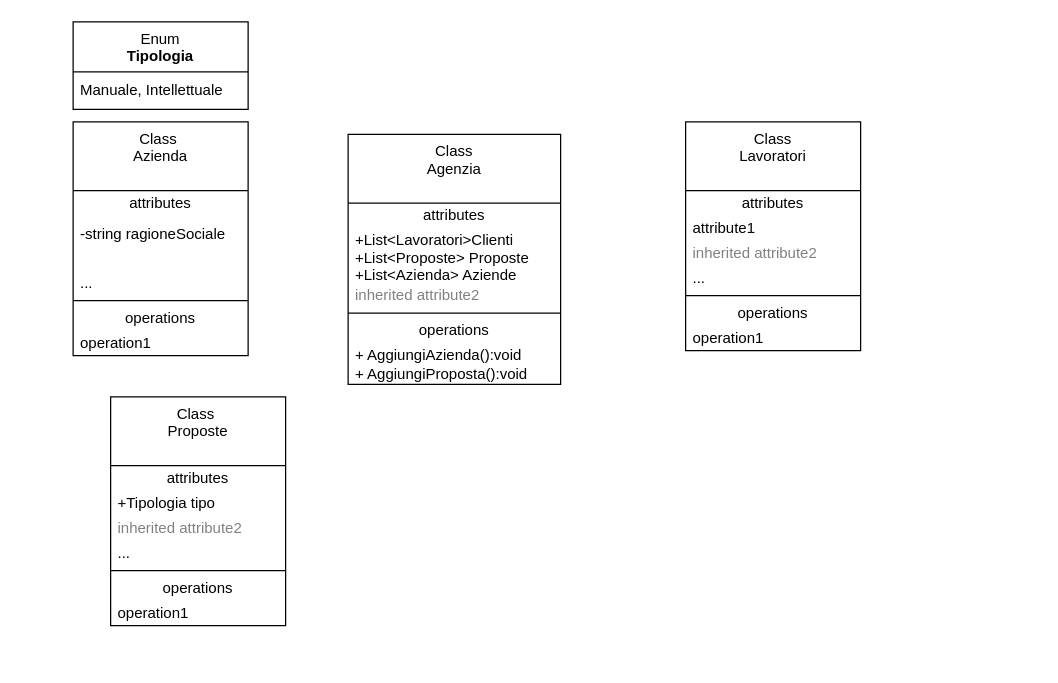
The draw.io diagram es10p33.drawio in markBatti/TPSIT-serio, before the edit. Source tidied: cells renumbered, new cells numbered last; positions are measured from the earlier drawing's top-left corner, leaving out a move shared by most shapes. Both pictures are drawn from the tidied source at 125%, with x=0, y=0 at pixel (72, 21).
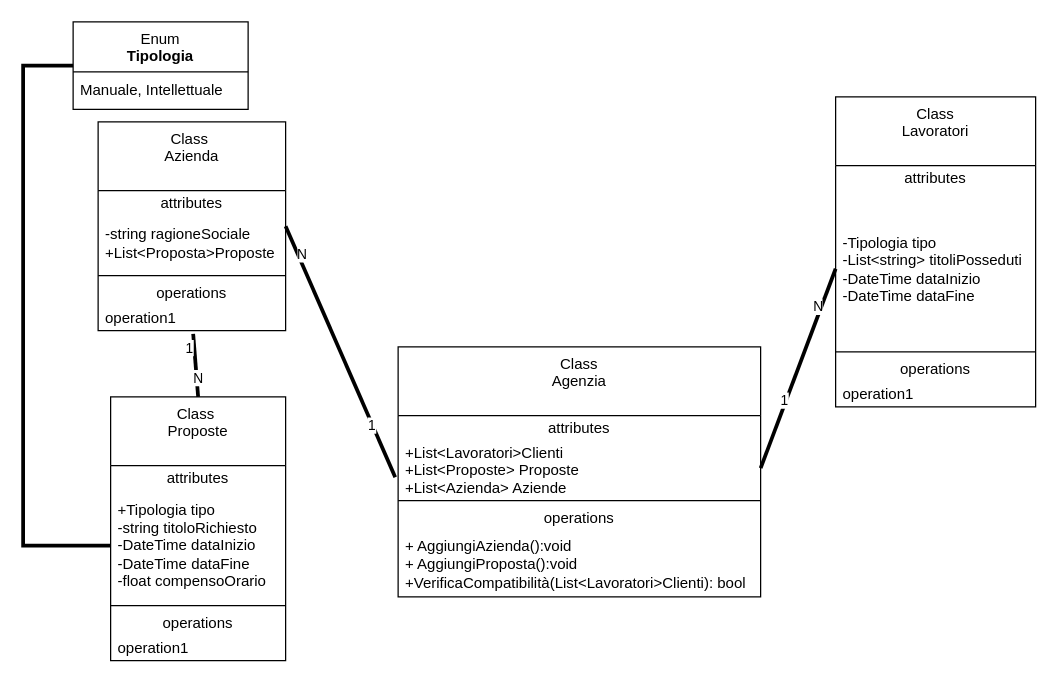
The same diagram, later.

Unchanged cells that the change refers to:
```xml
<mxCell id="32" value="Enum&lt;div&gt;&lt;b&gt;Tipologia&lt;/b&gt;&lt;/div&gt;" style="swimlane;fontStyle=0;align=center;verticalAlign=top;horizontal=1;startSize=40;html=1;whiteSpace=wrap;" parent="1" vertex="1">
  <mxGeometry width="140" height="70" as="geometry" />
</mxCell>
```

Diff of the diagram source:
```diff
@@
     <mxCell id="2" value="Class&amp;nbsp;&lt;div&gt;Azienda&lt;/div&gt;" style="swimlane;fontStyle=0;align=center;verticalAlign=top;horizontal=1;startSize=55;html=1;whiteSpace=wrap;" parent="1" vertex="1">
-      <mxGeometry y="80" width="140" height="187" as="geometry" />
+      <mxGeometry x="20" y="80" width="150" height="167" as="geometry" />
     </mxCell>
     <mxCell id="3" value="attributes" style="text;html=1;strokeColor=none;fillColor=none;align=center;verticalAlign=middle;spacingLeft=4;spacingRight=4;overflow=hidden;whiteSpace=wrap;" parent="2" vertex="1">
-      <mxGeometry y="55" width="140" height="20" as="geometry" />
+      <mxGeometry y="55" width="150" height="20" as="geometry" />
     </mxCell>
-    <mxCell id="4" value="-string ragioneSociale&lt;div&gt;&lt;br&gt;&lt;/div&gt;" style="text;html=1;strokeColor=none;fillColor=none;align=left;verticalAlign=middle;spacingLeft=4;spacingRight=4;overflow=hidden;whiteSpace=wrap;" parent="2" vertex="1">
-      <mxGeometry y="75" width="140" height="44" as="geometry" />
+    <mxCell id="4" value="-string ragioneSociale&lt;div&gt;+List&amp;lt;Proposta&amp;gt;Proposte&lt;/div&gt;" style="text;html=1;strokeColor=none;fillColor=none;align=left;verticalAlign=middle;spacingLeft=4;spacingRight=4;overflow=hidden;whiteSpace=wrap;" parent="2" vertex="1">
+      <mxGeometry y="75" width="150" height="44" as="geometry" />
     </mxCell>
-    <mxCell id="5" value="..." style="text;html=1;strokeColor=none;fillColor=none;align=left;verticalAlign=middle;spacingLeft=4;spacingRight=4;overflow=hidden;whiteSpace=wrap;" parent="2" vertex="1">
-      <mxGeometry y="119" width="140" height="20" as="geometry" />
-    </mxCell>
     <mxCell id="6" style="line;strokeWidth=1;fillColor=none;align=left;verticalAlign=middle;spacingTop=-1;spacingLeft=3;spacingRight=3;labelPosition=right;" parent="2" vertex="1">
-      <mxGeometry y="139" width="140" height="8" as="geometry" />
+      <mxGeometry y="119" width="150" height="8" as="geometry" />
     </mxCell>
     <mxCell id="7" value="operations" style="text;html=1;strokeColor=none;fillColor=none;align=center;verticalAlign=middle;spacingLeft=4;spacingRight=4;overflow=hidden;whiteSpace=wrap;" parent="2" vertex="1">
-      <mxGeometry y="147" width="140" height="20" as="geometry" />
+      <mxGeometry y="127" width="150" height="20" as="geometry" />
     </mxCell>
     <mxCell id="8" value="operation1" style="text;html=1;strokeColor=none;fillColor=none;align=left;verticalAlign=middle;spacingLeft=4;spacingRight=4;overflow=hidden;points=[[0,0.5],[1,0.5]];portConstraint=eastwest;whiteSpace=wrap;" parent="2" vertex="1">
-      <mxGeometry y="167" width="140" height="20" as="geometry" />
+      <mxGeometry y="147" width="150" height="20" as="geometry" />
     </mxCell>
     <mxCell id="9" value="Class&amp;nbsp;&lt;div&gt;Proposte&lt;/div&gt;" style="swimlane;fontStyle=0;align=center;verticalAlign=top;horizontal=1;startSize=55;html=1;whiteSpace=wrap;" parent="1" vertex="1">
-      <mxGeometry x="30" y="300" width="140" height="183" as="geometry" />
+      <mxGeometry x="30" y="300" width="140" height="211" as="geometry" />
     </mxCell>
@@
-    <mxCell id="11" value="+Tipologia tipo" style="text;html=1;strokeColor=none;fillColor=none;align=left;verticalAlign=middle;spacingLeft=4;spacingRight=4;overflow=hidden;points=[[0,0.5],[1,0.5]];portConstraint=eastwest;whiteSpace=wrap;" parent="9" vertex="1">
-      <mxGeometry y="75" width="140" height="20" as="geometry" />
+    <mxCell id="11" value="+Tipologia tipo&lt;div&gt;-string titoloRichiesto&lt;/div&gt;&lt;div&gt;-DateTime dataInizio&lt;/div&gt;&lt;div&gt;-&lt;span style=&quot;background-color: transparent; color: light-dark(rgb(0, 0, 0), rgb(255, 255, 255));&quot;&gt;DateTime dataFine&lt;/span&gt;&lt;/div&gt;&lt;div&gt;&lt;span style=&quot;background-color: transparent; color: light-dark(rgb(0, 0, 0), rgb(255, 255, 255));&quot;&gt;-float compensoOrario&lt;/span&gt;&lt;/div&gt;" style="text;html=1;strokeColor=none;fillColor=none;align=left;verticalAlign=middle;spacingLeft=4;spacingRight=4;overflow=hidden;points=[[0,0.5],[1,0.5]];portConstraint=eastwest;whiteSpace=wrap;" parent="9" vertex="1">
+      <mxGeometry y="75" width="140" height="88" as="geometry" />
     </mxCell>
-    <mxCell id="12" value="inherited attribute2" style="text;html=1;strokeColor=none;fillColor=none;align=left;verticalAlign=middle;spacingLeft=4;spacingRight=4;overflow=hidden;fontColor=#808080;whiteSpace=wrap;" parent="9" vertex="1">
-      <mxGeometry y="95" width="140" height="20" as="geometry" />
-    </mxCell>
-    <mxCell id="13" value="..." style="text;html=1;strokeColor=none;fillColor=none;align=left;verticalAlign=middle;spacingLeft=4;spacingRight=4;overflow=hidden;whiteSpace=wrap;" parent="9" vertex="1">
-      <mxGeometry y="115" width="140" height="20" as="geometry" />
-    </mxCell>
     <mxCell id="14" style="line;strokeWidth=1;fillColor=none;align=left;verticalAlign=middle;spacingTop=-1;spacingLeft=3;spacingRight=3;labelPosition=right;" parent="9" vertex="1">
-      <mxGeometry y="135" width="140" height="8" as="geometry" />
+      <mxGeometry y="163" width="140" height="8" as="geometry" />
     </mxCell>
     <mxCell id="15" value="operations" style="text;html=1;strokeColor=none;fillColor=none;align=center;verticalAlign=middle;spacingLeft=4;spacingRight=4;overflow=hidden;whiteSpace=wrap;" parent="9" vertex="1">
-      <mxGeometry y="143" width="140" height="20" as="geometry" />
+      <mxGeometry y="171" width="140" height="20" as="geometry" />
     </mxCell>
     <mxCell id="16" value="operation1" style="text;html=1;strokeColor=none;fillColor=none;align=left;verticalAlign=middle;spacingLeft=4;spacingRight=4;overflow=hidden;whiteSpace=wrap;" parent="9" vertex="1">
-      <mxGeometry y="163" width="140" height="20" as="geometry" />
+      <mxGeometry y="191" width="140" height="20" as="geometry" />
     </mxCell>
     <mxCell id="17" value="Class&lt;div&gt;Lavoratori&lt;/div&gt;" style="swimlane;fontStyle=0;align=center;verticalAlign=top;horizontal=1;startSize=55;html=1;whiteSpace=wrap;" parent="1" vertex="1">
-      <mxGeometry x="490" y="80" width="140" height="183" as="geometry" />
+      <mxGeometry x="610" y="60" width="160" height="248" as="geometry" />
     </mxCell>
     <mxCell id="18" value="attributes" style="text;html=1;strokeColor=none;fillColor=none;align=center;verticalAlign=middle;spacingLeft=4;spacingRight=4;overflow=hidden;whiteSpace=wrap;" parent="17" vertex="1">
-      <mxGeometry y="55" width="140" height="20" as="geometry" />
+      <mxGeometry y="55" width="160" height="20" as="geometry" />
     </mxCell>
-    <mxCell id="19" value="attribute1" style="text;html=1;strokeColor=none;fillColor=none;align=left;verticalAlign=middle;spacingLeft=4;spacingRight=4;overflow=hidden;points=[[0,0.5],[1,0.5]];portConstraint=eastwest;whiteSpace=wrap;" parent="17" vertex="1">
-      <mxGeometry y="75" width="140" height="20" as="geometry" />
+    <mxCell id="19" value="-Tipologia tipo&lt;div&gt;-List&amp;lt;string&amp;gt; titoliPosseduti&lt;/div&gt;&lt;div&gt;&lt;span style=&quot;background-color: transparent; color: light-dark(rgb(0, 0, 0), rgb(255, 255, 255));&quot;&gt;-DateTime dataInizio&lt;/span&gt;&lt;/div&gt;&lt;div&gt;-&lt;span style=&quot;background-color: transparent; color: light-dark(rgb(0, 0, 0), rgb(255, 255, 255));&quot;&gt;DateTime dataFine&lt;/span&gt;&lt;/div&gt;" style="text;html=1;strokeColor=none;fillColor=none;align=left;verticalAlign=middle;spacingLeft=4;spacingRight=4;overflow=hidden;points=[[0,0.5],[1,0.5]];portConstraint=eastwest;whiteSpace=wrap;" parent="17" vertex="1">
+      <mxGeometry y="75" width="160" height="125" as="geometry" />
     </mxCell>
-    <mxCell id="20" value="inherited attribute2" style="text;html=1;strokeColor=none;fillColor=none;align=left;verticalAlign=middle;spacingLeft=4;spacingRight=4;overflow=hidden;fontColor=#808080;whiteSpace=wrap;" parent="17" vertex="1">
-      <mxGeometry y="95" width="140" height="20" as="geometry" />
-    </mxCell>
-    <mxCell id="21" value="..." style="text;html=1;strokeColor=none;fillColor=none;align=left;verticalAlign=middle;spacingLeft=4;spacingRight=4;overflow=hidden;whiteSpace=wrap;" parent="17" vertex="1">
-      <mxGeometry y="115" width="140" height="20" as="geometry" />
-    </mxCell>
     <mxCell id="22" style="line;strokeWidth=1;fillColor=none;align=left;verticalAlign=middle;spacingTop=-1;spacingLeft=3;spacingRight=3;labelPosition=right;" parent="17" vertex="1">
-      <mxGeometry y="135" width="140" height="8" as="geometry" />
+      <mxGeometry y="200" width="160" height="8" as="geometry" />
     </mxCell>
     <mxCell id="23" value="operations" style="text;html=1;strokeColor=none;fillColor=none;align=center;verticalAlign=middle;spacingLeft=4;spacingRight=4;overflow=hidden;whiteSpace=wrap;" parent="17" vertex="1">
-      <mxGeometry y="143" width="140" height="20" as="geometry" />
+      <mxGeometry y="208" width="160" height="20" as="geometry" />
     </mxCell>
     <mxCell id="24" value="operation1" style="text;html=1;strokeColor=none;fillColor=none;align=left;verticalAlign=middle;spacingLeft=4;spacingRight=4;overflow=hidden;whiteSpace=wrap;" parent="17" vertex="1">
-      <mxGeometry y="163" width="140" height="20" as="geometry" />
+      <mxGeometry y="228" width="160" height="20" as="geometry" />
     </mxCell>
     <mxCell id="25" value="&lt;div&gt;Class&lt;/div&gt;Agenzia" style="swimlane;fontStyle=0;align=center;verticalAlign=top;horizontal=1;startSize=55;html=1;whiteSpace=wrap;" parent="1" vertex="1">
-      <mxGeometry x="220" y="90" width="170" height="200" as="geometry" />
+      <mxGeometry x="260" y="260" width="290" height="200" as="geometry" />
     </mxCell>
     <mxCell id="26" value="attributes" style="text;html=1;strokeColor=none;fillColor=none;align=center;verticalAlign=middle;spacingLeft=4;spacingRight=4;overflow=hidden;whiteSpace=wrap;" parent="25" vertex="1">
-      <mxGeometry y="55" width="170" height="20" as="geometry" />
+      <mxGeometry y="55" width="290" height="20" as="geometry" />
     </mxCell>
     <mxCell id="27" value="+List&amp;lt;Lavoratori&amp;gt;Clienti&lt;div&gt;+List&amp;lt;Proposte&amp;gt; Proposte&lt;/div&gt;&lt;div&gt;+List&amp;lt;Azienda&amp;gt; Aziende&lt;/div&gt;" style="text;html=1;strokeColor=none;fillColor=none;align=left;verticalAlign=middle;spacingLeft=4;spacingRight=4;overflow=hidden;points=[[0,0.5],[1,0.5]];portConstraint=eastwest;whiteSpace=wrap;" parent="25" vertex="1">
-      <mxGeometry y="75" width="170" height="44" as="geometry" />
+      <mxGeometry y="75" width="290" height="44" as="geometry" />
     </mxCell>
-    <mxCell id="28" value="inherited attribute2" style="text;html=1;strokeColor=none;fillColor=none;align=left;verticalAlign=middle;spacingLeft=4;spacingRight=4;overflow=hidden;fontColor=#808080;whiteSpace=wrap;" parent="25" vertex="1">
-      <mxGeometry y="119" width="170" height="20" as="geometry" />
-    </mxCell>
     <mxCell id="29" style="line;strokeWidth=1;fillColor=none;align=left;verticalAlign=middle;spacingTop=-1;spacingLeft=3;spacingRight=3;labelPosition=right;" parent="25" vertex="1">
-      <mxGeometry y="139" width="170" height="8" as="geometry" />
+      <mxGeometry y="119" width="290" height="8" as="geometry" />
     </mxCell>
     <mxCell id="30" value="operations" style="text;html=1;strokeColor=none;fillColor=none;align=center;verticalAlign=middle;spacingLeft=4;spacingRight=4;overflow=hidden;whiteSpace=wrap;" parent="25" vertex="1">
-      <mxGeometry y="147" width="170" height="20" as="geometry" />
+      <mxGeometry y="127" width="290" height="20" as="geometry" />
     </mxCell>
-    <mxCell id="31" value="+ AggiungiAzienda():void&lt;div&gt;+ AggiungiProposta():void&lt;/div&gt;" style="text;html=1;strokeColor=none;fillColor=none;align=left;verticalAlign=middle;spacingLeft=4;spacingRight=4;overflow=hidden;whiteSpace=wrap;" parent="25" vertex="1">
-      <mxGeometry y="167" width="170" height="33" as="geometry" />
+    <mxCell id="31" value="+ AggiungiAzienda():void&lt;div&gt;+ AggiungiProposta():void&lt;/div&gt;&lt;div&gt;+VerificaCompatibilità(List&amp;lt;Lavoratori&amp;gt;Clienti): bool&lt;/div&gt;" style="text;html=1;strokeColor=none;fillColor=none;align=left;verticalAlign=middle;spacingLeft=4;spacingRight=4;overflow=hidden;whiteSpace=wrap;" parent="25" vertex="1">
+      <mxGeometry y="147" width="290" height="53" as="geometry" />
     </mxCell>
@@
+    <mxCell id="34" style="endArrow=none;startArrow=none;endFill=0;startFill=0;endSize=8;html=1;verticalAlign=bottom;labelBackgroundColor=none;strokeWidth=3;rounded=0;exitX=0;exitY=0.5;exitDx=0;exitDy=0;entryX=0;entryY=0.5;entryDx=0;entryDy=0;" parent="1" edge="1" source="32" target="11">
+      <mxGeometry x="-0.61" relative="1" as="geometry">
+        <Array as="points">
+          <mxPoint x="-40" y="35" />
+          <mxPoint x="-40" y="110" />
+          <mxPoint x="-40" y="419" />
+        </Array>
+      </mxGeometry>
+    </mxCell>
+    <mxCell id="35" style="endArrow=none;startArrow=none;endFill=0;startFill=0;endSize=8;html=1;verticalAlign=bottom;labelBackgroundColor=none;strokeWidth=3;rounded=0;entryX=1;entryY=0.5;entryDx=0;entryDy=0;exitX=0;exitY=0.5;exitDx=0;exitDy=0;" parent="1" edge="1" source="19" target="27">
+      <mxGeometry relative="1" as="geometry" />
+    </mxCell>
+    <mxCell id="36" value="N" style="edgeLabel;html=1;align=center;verticalAlign=middle;" parent="35" vertex="1">
+      <mxGeometry x="-0.61" y="-2" relative="1" as="geometry">
+        <mxPoint x="-1" as="offset" />
+      </mxGeometry>
+    </mxCell>
+    <mxCell id="37" value="1" style="edgeLabel;html=1;align=center;verticalAlign=middle;" parent="35" vertex="1">
+      <mxGeometry x="0.33" y="-2" relative="1" as="geometry" />
+    </mxCell>
+    <mxCell id="38" style="endArrow=none;startArrow=none;endFill=0;startFill=0;endSize=8;html=1;verticalAlign=bottom;labelBackgroundColor=none;strokeWidth=3;rounded=0;exitX=0.5;exitY=0;exitDx=0;exitDy=0;entryX=0.507;entryY=1.13;entryDx=0;entryDy=0;entryPerimeter=0;" parent="1" edge="1" source="9" target="8">
+      <mxGeometry relative="1" as="geometry" />
+    </mxCell>
+    <mxCell id="39" value="1" style="edgeLabel;html=1;align=center;verticalAlign=middle;" parent="38" vertex="1">
+      <mxGeometry x="0.6" y="4" relative="1" as="geometry" />
+    </mxCell>
+    <mxCell id="40" value="N" style="edgeLabel;html=1;align=center;verticalAlign=middle;" parent="38" vertex="1">
+      <mxGeometry x="-0.41" y="-1" relative="1" as="geometry" />
+    </mxCell>
+    <mxCell id="41" style="endArrow=none;startArrow=none;endFill=0;startFill=0;endSize=8;html=1;verticalAlign=bottom;labelBackgroundColor=none;strokeWidth=3;rounded=0;exitX=1;exitY=0.5;exitDx=0;exitDy=0;entryX=-0.008;entryY=0.668;entryDx=0;entryDy=0;entryPerimeter=0;" parent="1" edge="1" source="2" target="27">
+      <mxGeometry relative="1" as="geometry" />
+    </mxCell>
+    <mxCell id="42" value="N" style="edgeLabel;html=1;align=center;verticalAlign=middle;" parent="41" vertex="1">
+      <mxGeometry x="-0.77" y="3" relative="1" as="geometry" />
+    </mxCell>
+    <mxCell id="43" value="1" style="edgeLabel;html=1;align=center;verticalAlign=middle;" parent="41" vertex="1">
+      <mxGeometry x="0.58" y="-1" relative="1" as="geometry" />
+    </mxCell>
```
